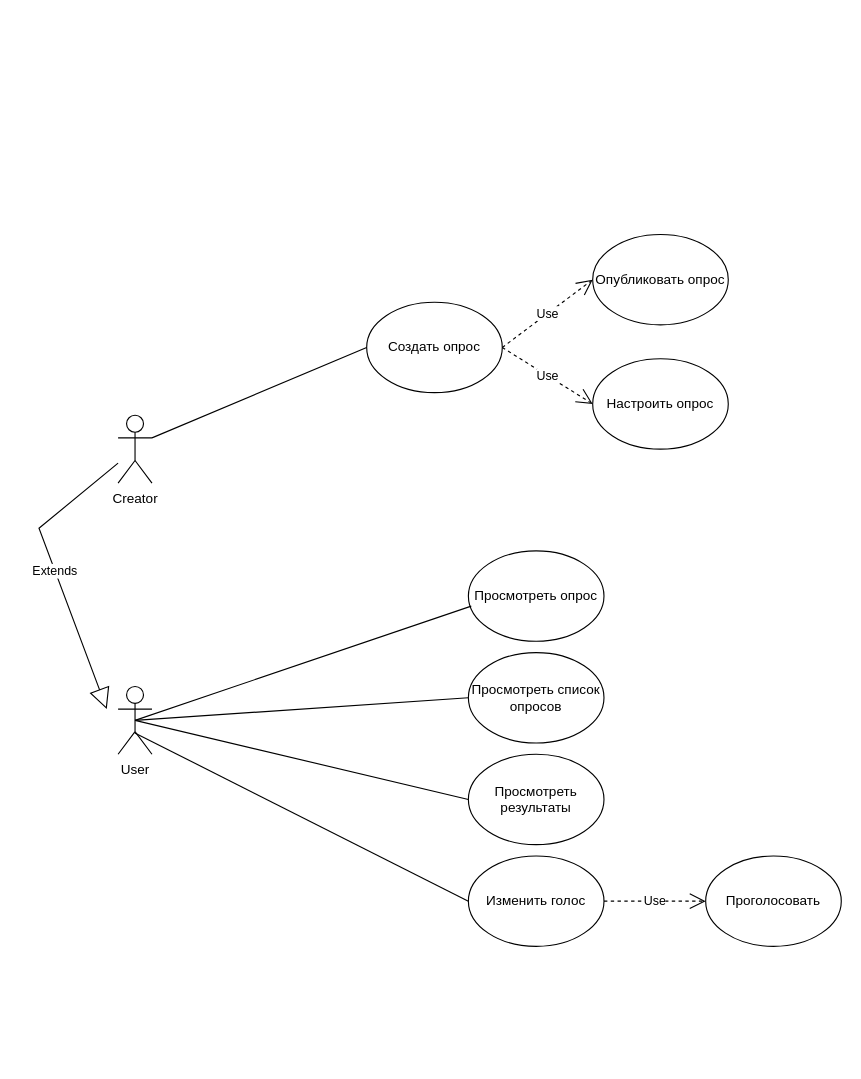
Above: docs/UseCase-pollify.drawio in xugeaneeu/pollify (draw.io), before the change. Source tidied: cells renumbered, new cells numbered last; positions are measured from the earlier drawing's top-left corner, leaving out a move shared by most shapes. Both pictures are drawn from the tidied source at 113%, with x=0, y=0 at pixel (38, 234).
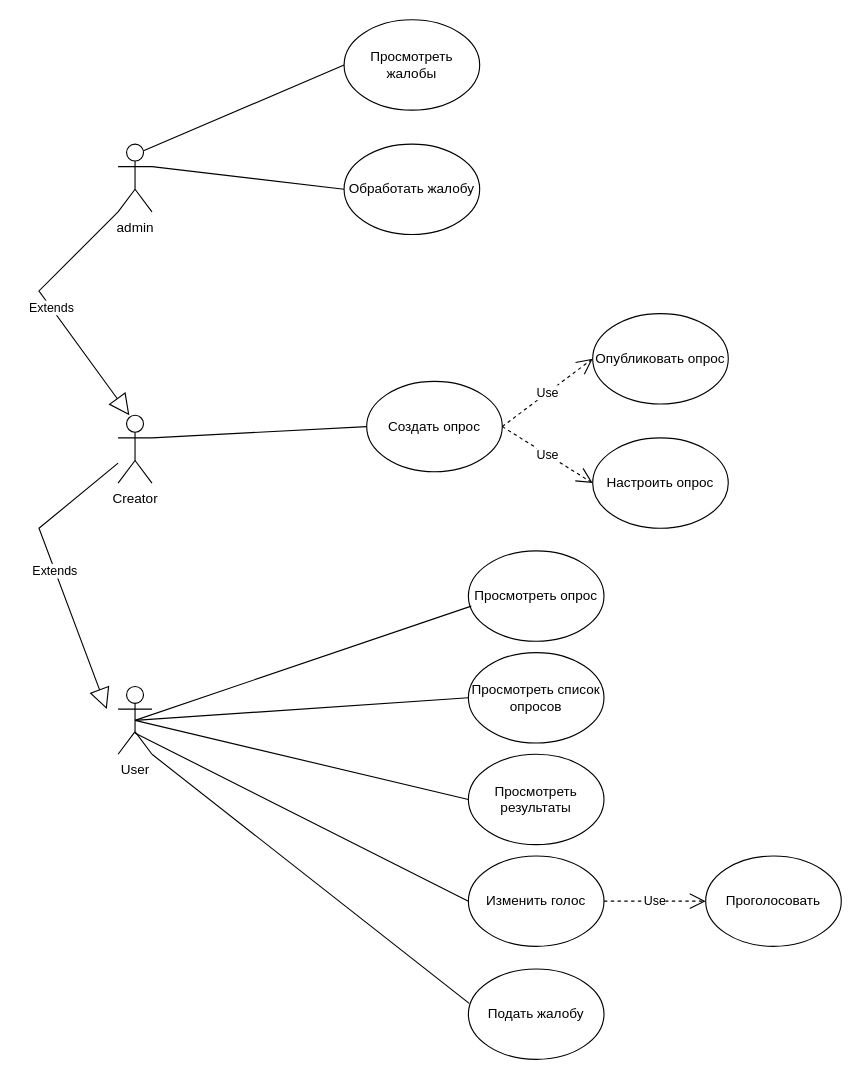
The same page after the edit.

Commit message (it also covers changes not shown here):
docs: add reports - update ER and Use Case diagrams, system analytics, add core.md

The change refers to these unchanged cells:
```xml
<mxCell id="2" value="&lt;div&gt;User&lt;/div&gt;&lt;div&gt;&lt;br&gt;&lt;/div&gt;" style="shape=umlActor;verticalLabelPosition=bottom;verticalAlign=top;html=1;" parent="1" vertex="1">
  <mxGeometry x="70" y="400" width="30" height="60" as="geometry" />
</mxCell>
<mxCell id="3" value="Creator" style="shape=umlActor;verticalLabelPosition=bottom;verticalAlign=top;html=1;" parent="1" vertex="1">
  <mxGeometry x="70" y="160" width="30" height="60" as="geometry" />
</mxCell>
```

Change to the diagram source:
```diff
@@
     <mxCell id="15" value="Создать опрос" style="ellipse;whiteSpace=wrap;html=1;" parent="1" vertex="1">
-      <mxGeometry x="290" y="60" width="120" height="80" as="geometry" />
+      <mxGeometry x="290" y="130" width="120" height="80" as="geometry" />
     </mxCell>
     <mxCell id="16" value="&lt;div&gt;Настроить опрос&lt;/div&gt;" style="ellipse;whiteSpace=wrap;html=1;" parent="1" vertex="1">
-      <mxGeometry x="490" y="110" width="120" height="80" as="geometry" />
+      <mxGeometry x="490" y="180" width="120" height="80" as="geometry" />
     </mxCell>
     <mxCell id="17" value="Опубликовать опрос" style="ellipse;whiteSpace=wrap;html=1;" parent="1" vertex="1">
-      <mxGeometry x="490" width="120" height="80" as="geometry" />
+      <mxGeometry x="490" y="70" width="120" height="80" as="geometry" />
     </mxCell>
@@
+    <mxCell id="21" value="admin" style="shape=umlActor;verticalLabelPosition=bottom;verticalAlign=top;html=1;" parent="1" vertex="1">
+      <mxGeometry x="70" y="-80" width="30" height="60" as="geometry" />
+    </mxCell>
+    <mxCell id="22" value="Extends" style="endArrow=block;endSize=16;endFill=0;html=1;rounded=0;exitX=0;exitY=1;exitDx=0;exitDy=0;exitPerimeter=0;entryX=0.333;entryY=0;entryDx=0;entryDy=0;entryPerimeter=0;" parent="1" edge="1" source="21" target="3">
+      <mxGeometry relative="1" as="geometry">
+        <Array as="points">
+          <mxPoint y="50" />
+        </Array>
+      </mxGeometry>
+    </mxCell>
+    <mxCell id="23" value="Подать жалобу" style="ellipse;whiteSpace=wrap;html=1;" parent="1" vertex="1">
+      <mxGeometry x="380" y="650" width="120" height="80" as="geometry" />
+    </mxCell>
+    <mxCell id="24" style="endArrow=none;html=1;rounded=0;entryX=0.006;entryY=0.38;entryDx=0;entryDy=0;exitX=1;exitY=1;exitDx=0;exitDy=0;exitPerimeter=0;entryPerimeter=0;" parent="1" edge="1" source="2" target="23">
+      <mxGeometry relative="1" as="geometry" />
+    </mxCell>
+    <mxCell id="25" value="Просмотреть жалобы" style="ellipse;whiteSpace=wrap;html=1;" parent="1" vertex="1">
+      <mxGeometry x="270" y="-190" width="120" height="80" as="geometry" />
+    </mxCell>
+    <mxCell id="26" value="Обработать жалобу" style="ellipse;whiteSpace=wrap;html=1;" parent="1" vertex="1">
+      <mxGeometry x="270" y="-80" width="120" height="80" as="geometry" />
+    </mxCell>
+    <mxCell id="27" style="endArrow=none;html=1;rounded=0;entryX=0;entryY=0.5;entryDx=0;entryDy=0;exitX=0.75;exitY=0.1;exitDx=0;exitDy=0;exitPerimeter=0;" parent="1" edge="1" source="21" target="25">
+      <mxGeometry relative="1" as="geometry" />
+    </mxCell>
+    <mxCell id="28" style="endArrow=none;html=1;rounded=0;entryX=0;entryY=0.5;entryDx=0;entryDy=0;exitX=1;exitY=0.3333333333333333;exitDx=0;exitDy=0;exitPerimeter=0;" parent="1" edge="1" source="21" target="26">
+      <mxGeometry relative="1" as="geometry" />
+    </mxCell>
```
